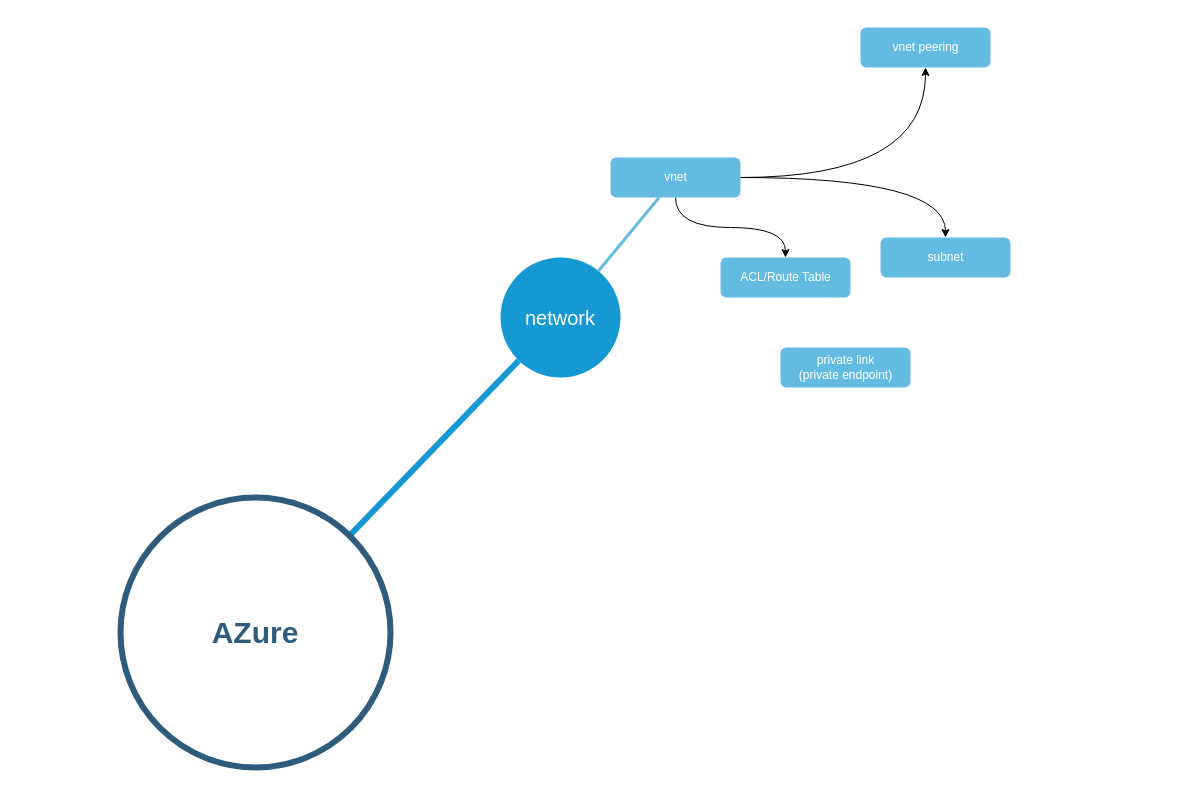
This is page "AZure" (1 of 2) of AZure Learn Path.drawio from lzzgeo/TechCoffee, a draw.io file, before an edit. Source tidied: cells renumbered, new cells numbered last; positions are measured from the earlier drawing's top-left corner, leaving out a move shared by most shapes. Both pictures are drawn from the tidied source at 100%, with x=0, y=0 at pixel (120, 27).
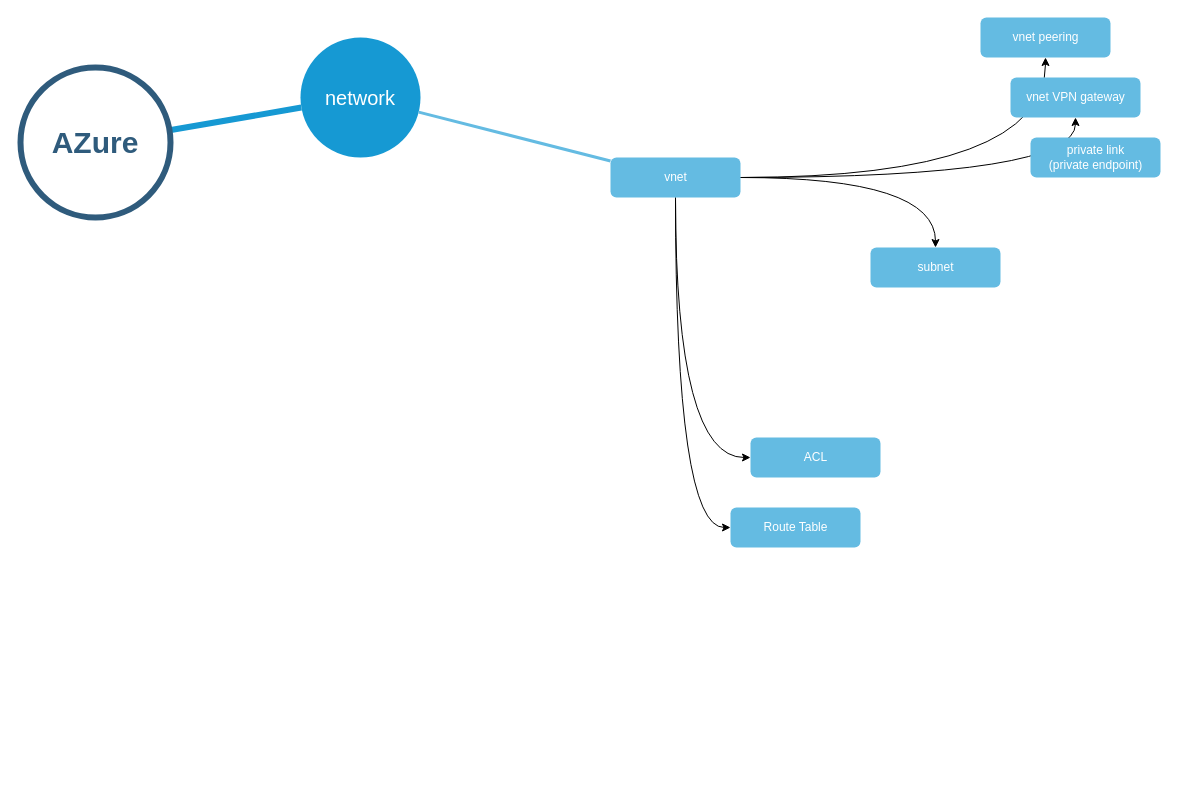
After the change.

Diff of the diagram source:
```diff
@@
 <mxGraphModel background="#ffffff">
   <root>
     <mxCell id="0" />
     <mxCell id="1" parent="0" />
     <mxCell id="2" value="network" style="ellipse;whiteSpace=wrap;html=1;shadow=0;fontFamily=Helvetica;fontSize=20;fontColor=#FFFFFF;align=center;strokeWidth=3;fillColor=#1699D3;strokeColor=none;" parent="1" vertex="1">
-      <mxGeometry x="380" y="230" width="120" height="120" as="geometry" />
+      <mxGeometry x="180" y="10" width="120" height="120" as="geometry" />
     </mxCell>
     <mxCell id="3" style="endArrow=none;strokeWidth=6;strokeColor=#1699D3;html=1;" parent="1" edge="1" source="12" target="2">
       <mxGeometry relative="1" as="geometry" />
     </mxCell>
     <mxCell id="4" style="edgeStyle=orthogonalEdgeStyle;rounded=0;jettySize=auto;html=1;curved=1;" parent="1" edge="1" source="7" target="10">
       <mxGeometry relative="1" as="geometry" />
     </mxCell>
     <mxCell id="5" style="edgeStyle=orthogonalEdgeStyle;rounded=0;jettySize=auto;html=1;curved=1;" parent="1" edge="1" source="7" target="9">
       <mxGeometry relative="1" as="geometry" />
     </mxCell>
-    <mxCell id="6" style="edgeStyle=orthogonalEdgeStyle;rounded=0;jettySize=auto;html=1;curved=1;" parent="1" edge="1" source="7" target="8">
+    <mxCell id="6" style="edgeStyle=orthogonalEdgeStyle;rounded=0;jettySize=auto;html=1;curved=1;entryX=0;entryY=0.5;entryDx=0;entryDy=0;exitX=0.5;exitY=1;exitDx=0;exitDy=0;" parent="1" edge="1" source="7" target="8">
       <mxGeometry relative="1" as="geometry" />
     </mxCell>
+    <mxCell id="14" style="edgeStyle=orthogonalEdgeStyle;curved=1;rounded=0;jettySize=auto;html=1;" parent="1" edge="1" source="7" target="16">
+      <mxGeometry relative="1" as="geometry" />
+    </mxCell>
+    <mxCell id="15" style="edgeStyle=orthogonalEdgeStyle;curved=1;rounded=0;jettySize=auto;html=1;entryX=0;entryY=0.5;entryDx=0;entryDy=0;" parent="1" edge="1" source="7" target="17">
+      <mxGeometry relative="1" as="geometry" />
+    </mxCell>
     <mxCell id="7" value="vnet" style="rounded=1;fillColor=#64BBE2;strokeColor=none;strokeWidth=3;shadow=0;html=1;fontColor=#FFFFFF;" parent="1" vertex="1">
       <mxGeometry x="490" y="130" width="130" height="40" as="geometry" />
     </mxCell>
-    <mxCell id="8" value="ACL/Route Table" style="rounded=1;fillColor=#64BBE2;strokeColor=none;strokeWidth=3;shadow=0;html=1;fontColor=#FFFFFF;" parent="1" vertex="1">
-      <mxGeometry x="600" y="230" width="130" height="40" as="geometry" />
+    <mxCell id="8" value="ACL" style="rounded=1;fillColor=#64BBE2;strokeColor=none;strokeWidth=3;shadow=0;html=1;fontColor=#FFFFFF;" parent="1" vertex="1">
+      <mxGeometry x="630" y="410" width="130" height="40" as="geometry" />
     </mxCell>
     <mxCell id="9" value="subnet" style="rounded=1;fillColor=#64BBE2;strokeColor=none;strokeWidth=3;shadow=0;html=1;fontColor=#FFFFFF;" parent="1" vertex="1">
-      <mxGeometry x="760" y="210" width="130" height="40" as="geometry" />
+      <mxGeometry x="750" y="220" width="130" height="40" as="geometry" />
     </mxCell>
     <mxCell id="10" value="vnet peering" style="rounded=1;fillColor=#64BBE2;strokeColor=none;strokeWidth=3;shadow=0;html=1;fontColor=#FFFFFF;" parent="1" vertex="1">
-      <mxGeometry x="740" width="130" height="40" as="geometry" />
+      <mxGeometry x="860" y="-10" width="130" height="40" as="geometry" />
     </mxCell>
     <mxCell id="11" style="edgeStyle=none;endArrow=none;strokeWidth=3;strokeColor=#64BBE2;html=1;" parent="1" edge="1" source="2" target="7">
       <mxGeometry x="-221.5" y="56.5" as="geometry" />
     </mxCell>
     <mxCell id="12" value="AZure" style="ellipse;whiteSpace=wrap;html=1;shadow=0;fontFamily=Helvetica;fontSize=30;fontColor=#2F5B7C;align=center;strokeColor=#2F5B7C;strokeWidth=6;fillColor=#FFFFFF;fontStyle=1;gradientColor=none;" parent="1" vertex="1">
-      <mxGeometry y="470" width="270" height="270" as="geometry" />
+      <mxGeometry x="-100" y="40" width="150" height="150" as="geometry" />
     </mxCell>
     <mxCell id="13" value="private link&lt;br&gt;(private endpoint)" style="rounded=1;fillColor=#64BBE2;strokeColor=none;strokeWidth=3;shadow=0;html=1;fontColor=#FFFFFF;" parent="1" vertex="1">
-      <mxGeometry x="660" y="320" width="130" height="40" as="geometry" />
+      <mxGeometry x="910" y="110" width="130" height="40" as="geometry" />
     </mxCell>
+    <mxCell id="16" value="vnet VPN gateway" style="rounded=1;fillColor=#64BBE2;strokeColor=none;strokeWidth=3;shadow=0;html=1;fontColor=#FFFFFF;" parent="1" vertex="1">
+      <mxGeometry x="890" y="50" width="130" height="40" as="geometry" />
+    </mxCell>
+    <mxCell id="17" value="Route Table" style="rounded=1;fillColor=#64BBE2;strokeColor=none;strokeWidth=3;shadow=0;html=1;fontColor=#FFFFFF;" parent="1" vertex="1">
+      <mxGeometry x="610" y="480" width="130" height="40" as="geometry" />
+    </mxCell>
   </root>
 </mxGraphModel>
```
